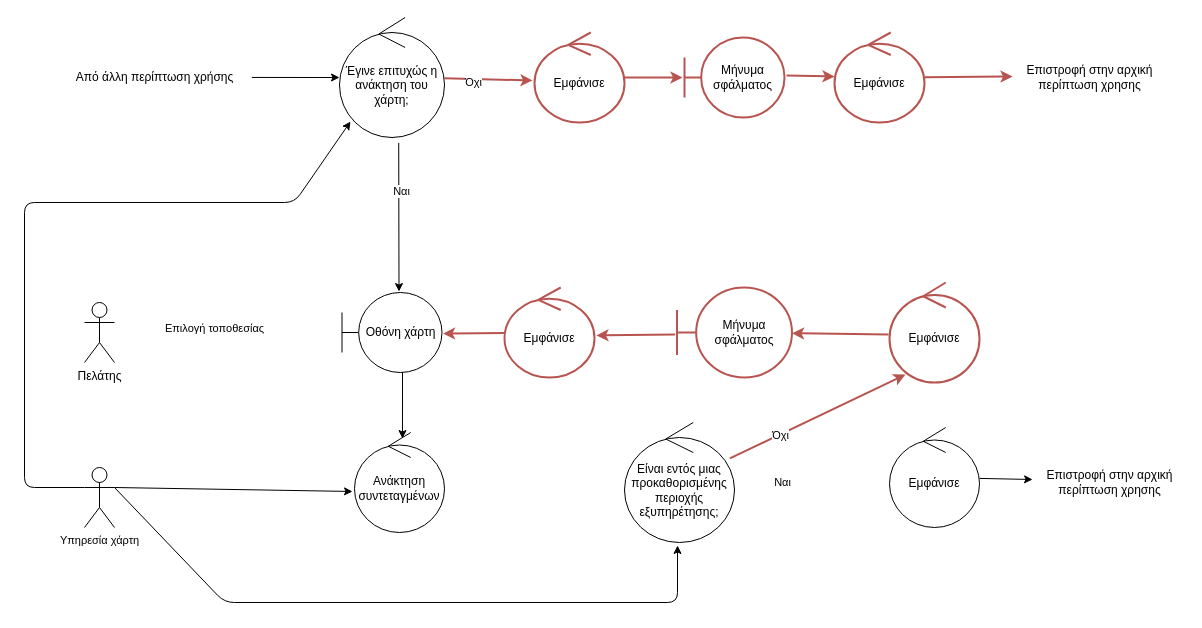
The draw.io diagram Part_2/Robustness/diagrams/12_Εισαγωγή_Τοποθεσίας.drawio in Nikolis2002/texnoligia_logismikou, before the edit. Source tidied: cells renumbered, new cells numbered last; positions are measured from the earlier drawing's top-left corner, leaving out a move shared by most shapes. Both pictures are drawn from the tidied source at 100%, with x=0, y=0 at pixel (24, 17).
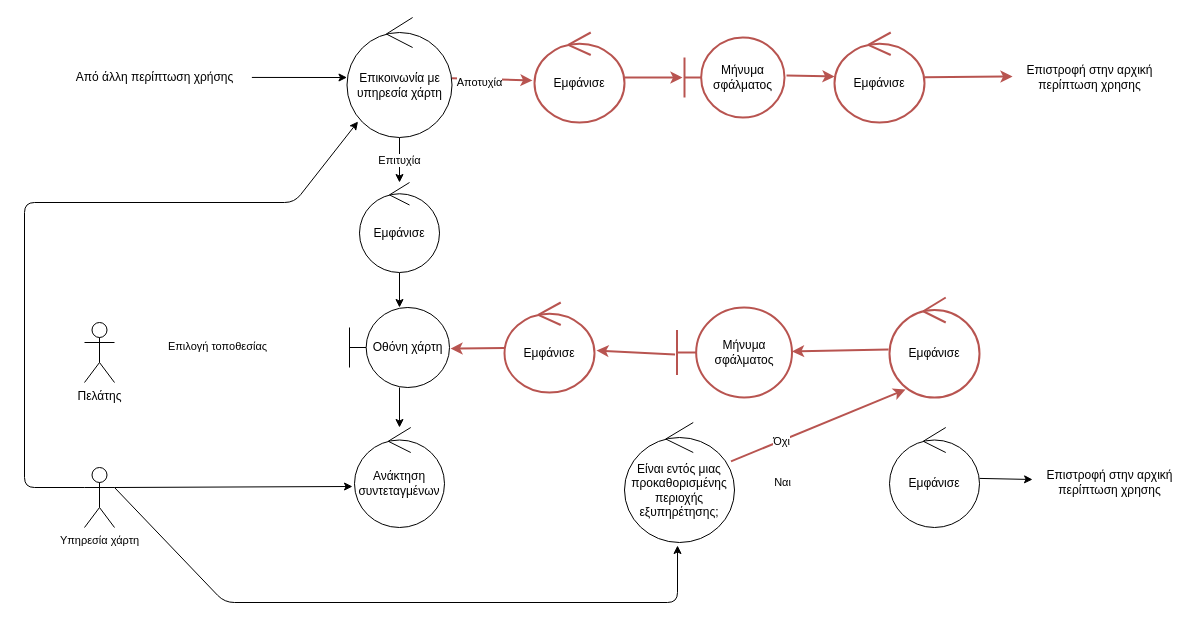
Above is the later version.

Unchanged cells that the change refers to:
```xml
<mxCell id="8" style="edgeStyle=none;html=1;entryX=-0.022;entryY=0.533;entryDx=0;entryDy=0;entryPerimeter=0;strokeColor=#B85450;strokeWidth=2;" parent="1" edge="1" source="10" target="21">
  <mxGeometry relative="1" as="geometry" />
</mxCell>
```

Change to the diagram source:
```diff
@@
     <mxCell id="4" value="Πελάτης" style="shape=umlActor;verticalLabelPosition=bottom;verticalAlign=top;html=1;" parent="1" vertex="1">
-      <mxGeometry x="60" y="285" width="30" height="60" as="geometry" />
+      <mxGeometry x="60" y="305" width="30" height="60" as="geometry" />
     </mxCell>
@@
-    <mxCell id="6" style="edgeStyle=none;html=1;entryX=0.57;entryY=-0.012;entryDx=0;entryDy=0;entryPerimeter=0;exitX=0.564;exitY=1.045;exitDx=0;exitDy=0;exitPerimeter=0;" parent="1" edge="1" source="10" target="12">
-      <mxGeometry relative="1" as="geometry" />
-    </mxCell>
-    <mxCell id="7" value="Ναι" style="edgeLabel;html=1;align=center;verticalAlign=middle;" parent="6" vertex="1">
-      <mxGeometry x="-0.35" y="2" relative="1" as="geometry" />
-    </mxCell>
@@
-    <mxCell id="9" value="Όχι" style="edgeLabel;html=1;align=center;verticalAlign=middle;" parent="8" vertex="1">
+    <mxCell id="9" value="Αποτυχία" style="edgeLabel;html=1;align=center;verticalAlign=middle;" parent="8" vertex="1">
       <mxGeometry x="-0.33" y="-3" relative="1" as="geometry" />
     </mxCell>
+    <mxCell id="41" value="Επιτυχία" style="edgeStyle=none;html=1;" parent="1" edge="1" source="10" target="43">
+      <mxGeometry relative="1" as="geometry" />
+    </mxCell>
-    <mxCell id="10" value="Έγινε επιτυχώς η ανάκτηση του χάρτη;" style="ellipse;shape=umlControl;whiteSpace=wrap;html=1;strokeWidth=1;" parent="1" vertex="1">
-      <mxGeometry x="315" width="105" height="120" as="geometry" />
+    <mxCell id="10" value="Επικοινωνία με υπηρεσία χάρτη" style="ellipse;shape=umlControl;whiteSpace=wrap;html=1;strokeWidth=1;" parent="1" vertex="1">
+      <mxGeometry x="322.5" width="105" height="120" as="geometry" />
     </mxCell>
-    <mxCell id="11" style="edgeStyle=none;html=1;entryX=0.533;entryY=0.06;entryDx=0;entryDy=0;entryPerimeter=0;exitX=0.605;exitY=0.988;exitDx=0;exitDy=0;exitPerimeter=0;" parent="1" edge="1" source="12" target="14">
+    <mxCell id="11" style="edgeStyle=none;html=1;" parent="1" edge="1" source="12" target="14">
       <mxGeometry relative="1" as="geometry" />
     </mxCell>
     <mxCell id="12" value="Οθόνη χάρτη" style="shape=umlBoundary;whiteSpace=wrap;html=1;" parent="1" vertex="1">
-      <mxGeometry x="317.5" y="275" width="100" height="80" as="geometry" />
+      <mxGeometry x="325" y="290" width="100" height="80" as="geometry" />
     </mxCell>
@@
     <mxCell id="14" value="Ανάκτηση συντεταγμένων" style="ellipse;shape=umlControl;whiteSpace=wrap;html=1;" parent="1" vertex="1">
-      <mxGeometry x="330" y="415" width="90" height="100" as="geometry" />
+      <mxGeometry x="330" y="410" width="90" height="100" as="geometry" />
     </mxCell>
@@
     <mxCell id="29" value="Εμφάνισε" style="ellipse;shape=umlControl;whiteSpace=wrap;html=1;strokeWidth=2;strokeColor=#B85450;" parent="1" vertex="1">
-      <mxGeometry x="865" y="265" width="90" height="100" as="geometry" />
+      <mxGeometry x="865" y="280" width="90" height="100" as="geometry" />
     </mxCell>
@@
     <mxCell id="31" value="Μήνυμα σφάλματος" style="shape=umlBoundary;whiteSpace=wrap;html=1;strokeWidth=2;strokeColor=#B85450;" parent="1" vertex="1">
-      <mxGeometry x="652.5" y="270" width="115" height="90" as="geometry" />
+      <mxGeometry x="652.5" y="290" width="115" height="90" as="geometry" />
     </mxCell>
@@
     <mxCell id="33" value="Εμφάνισε" style="ellipse;shape=umlControl;whiteSpace=wrap;html=1;strokeWidth=2;strokeColor=#B85450;" parent="1" vertex="1">
-      <mxGeometry x="480" y="270" width="90" height="90" as="geometry" />
+      <mxGeometry x="480" y="285" width="90" height="90" as="geometry" />
     </mxCell>
@@
+    <mxCell id="42" style="edgeStyle=none;html=1;" parent="1" edge="1" source="43" target="12">
+      <mxGeometry relative="1" as="geometry" />
+    </mxCell>
+    <mxCell id="43" value="Εμφάνισε" style="ellipse;shape=umlControl;whiteSpace=wrap;html=1;" parent="1" vertex="1">
+      <mxGeometry x="335" y="165" width="80" height="90" as="geometry" />
+    </mxCell>
```
